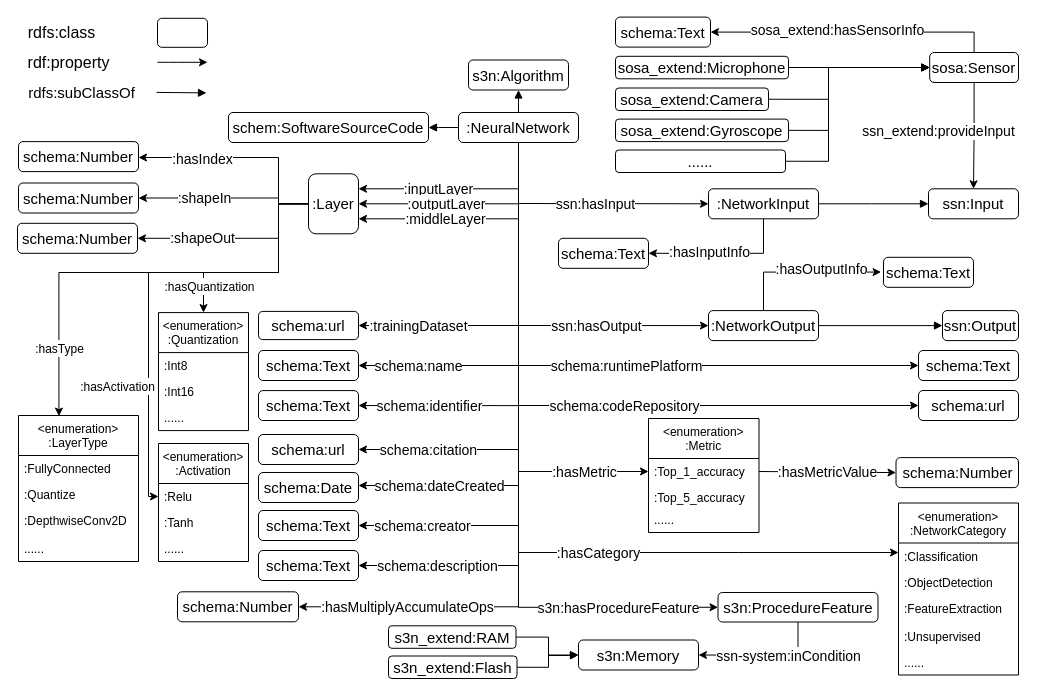
Haoyu-R/appendix keeps this draw.io diagram as NN_tinyML.drawio. Above is the earlier version. Source tidied: cells renumbered, new cells numbered last; positions are measured from the earlier drawing's top-left corner, leaving out a move shared by most shapes. Both pictures are drawn from the tidied source at 100%, with x=0, y=0 at pixel (17, 17).
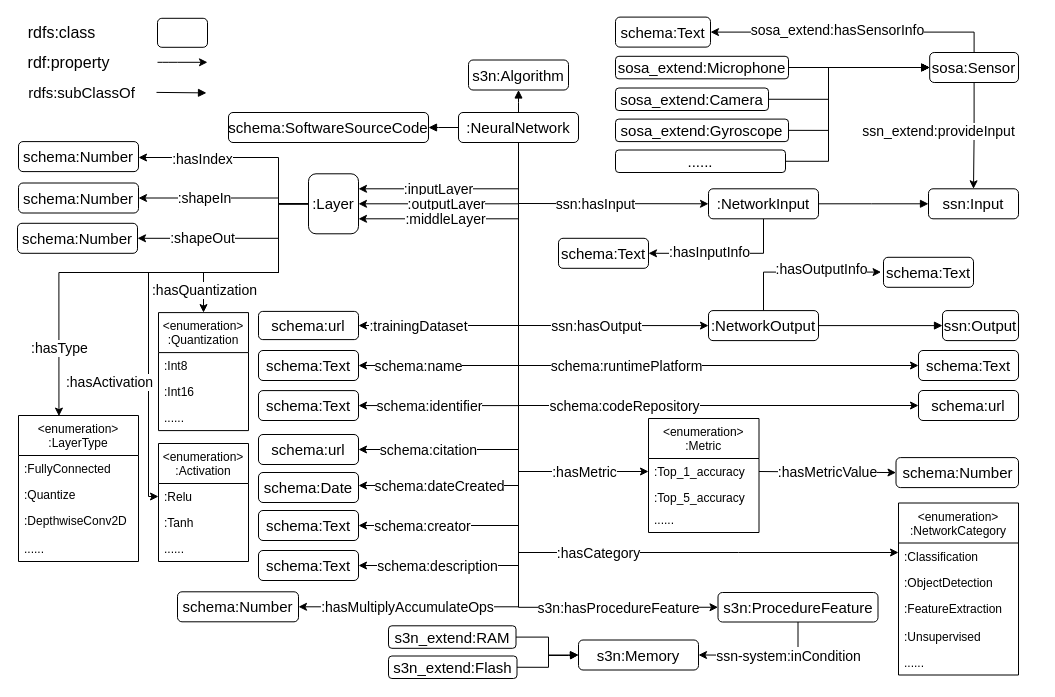
The same page after the edit.

Unchanged cells that the change refers to:
```xml
<mxCell id="14" style="edgeStyle=orthogonalEdgeStyle;rounded=0;jettySize=auto;html=1;exitX=0;exitY=0.5;exitDx=0;exitDy=0;fontSize=14;entryX=0.337;entryY=0.004;entryDx=0;entryDy=0;entryPerimeter=0;" parent="1" edge="1" source="18" target="82">
  <mxGeometry relative="1" as="geometry">
    <Array as="points">
      <mxPoint x="261" y="186" />
      <mxPoint x="261" y="255" />
      <mxPoint x="41" y="255" />
      <mxPoint x="41" y="399" />
    </Array>
  </mxGeometry>
</mxCell>
<mxCell id="16" style="edgeStyle=orthogonalEdgeStyle;rounded=0;jettySize=auto;html=1;exitX=0;exitY=0.5;exitDx=0;exitDy=0;entryX=0;entryY=0.5;entryDx=0;entryDy=0;fontSize=14;" parent="1" edge="1" source="18" target="75">
  <mxGeometry relative="1" as="geometry">
    <Array as="points">
      <mxPoint x="261" y="186" />
      <mxPoint x="261" y="255" />
      <mxPoint x="131" y="255" />
      <mxPoint x="131" y="479" />
    </Array>
  </mxGeometry>
</mxCell>
```

The edit, as a diff of the source:
```diff
@@
-    <mxCell id="15" value="&lt;font style=&quot;font-size: 12px&quot;&gt;:hasType&lt;/font&gt;" style="edgeLabel;html=1;align=center;verticalAlign=middle;fontSize=14;" parent="14" vertex="1">
+    <mxCell id="15" value="&lt;font style=&quot;font-size: 14px&quot;&gt;:hasType&lt;/font&gt;" style="edgeLabel;html=1;align=center;verticalAlign=middle;fontSize=14;" parent="14" vertex="1">
       <mxGeometry x="0.62" y="-1" relative="1" as="geometry">
         <mxPoint x="1" y="20" as="offset" />
       </mxGeometry>
     </mxCell>
@@
-    <mxCell id="17" value="&lt;font style=&quot;font-size: 12px&quot;&gt;:hasActivation&lt;/font&gt;" style="edgeLabel;html=1;align=center;verticalAlign=middle;fontSize=14;" parent="16" vertex="1">
+    <mxCell id="17" value="&lt;font style=&quot;font-size: 14px&quot;&gt;:hasActivation&lt;/font&gt;" style="edgeLabel;html=1;align=center;verticalAlign=middle;fontSize=14;" parent="16" vertex="1">
       <mxGeometry x="0.35" y="-2" relative="1" as="geometry">
-        <mxPoint x="-30" y="30" as="offset" />
+        <mxPoint x="-38" y="26" as="offset" />
       </mxGeometry>
     </mxCell>
@@
-    <mxCell id="98" value="&lt;font style=&quot;font-size: 12px&quot;&gt;:hasQuantization&lt;/font&gt;" style="edgeLabel;html=1;align=center;verticalAlign=middle;fontSize=14;" parent="1" vertex="1">
-      <mxGeometry x="71" y="315" as="geometry">
-        <mxPoint x="120" y="-47" as="offset" />
+    <mxCell id="98" value="&lt;font style=&quot;font-size: 14px&quot;&gt;:hasQuantization&lt;/font&gt;" style="edgeLabel;html=1;align=center;verticalAlign=middle;fontSize=14;" parent="1" vertex="1">
+      <mxGeometry x="60" y="308" as="geometry">
+        <mxPoint x="126" y="-36" as="offset" />
       </mxGeometry>
     </mxCell>
@@
-    <mxCell id="117" value="schem:SoftwareSourceCode" style="rounded=1;whiteSpace=wrap;html=1;fontSize=15;" parent="1" vertex="1">
+    <mxCell id="117" value="schema:SoftwareSourceCode" style="rounded=1;whiteSpace=wrap;html=1;fontSize=15;" parent="1" vertex="1">
       <mxGeometry x="211" y="95" width="200" height="30" as="geometry" />
     </mxCell>
```
